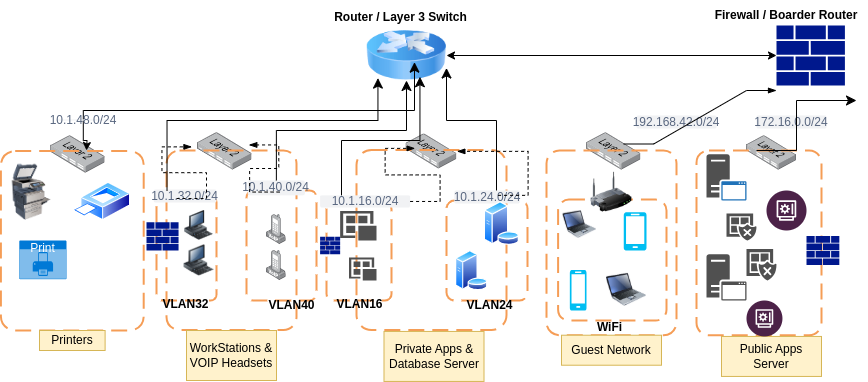
MwarumbaH-5523/Secured_Networks_Topology keeps this draw.io diagram as secured_network_topology.drawio.png. Above is the earlier version. Source tidied: cells renumbered, new cells last; positions are measured from the earlier drawing's top-left corner, leaving out a move shared by most shapes.
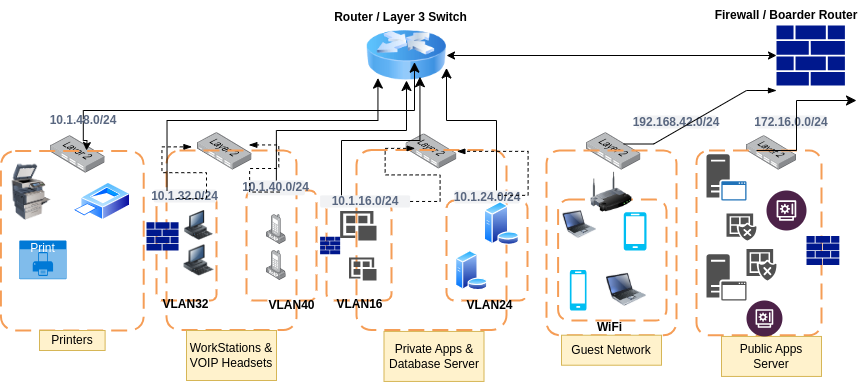
Later version of the same file.

The edit, as a diff of the source:
```diff
@@ -90,22 +90,22 @@
     <mxCell id="29" value="Public Apps Server" style="text;html=1;strokeColor=#d6b656;fillColor=#fff2cc;align=center;verticalAlign=middle;whiteSpace=wrap;overflow=hidden;" parent="1" vertex="1">
       <mxGeometry x="721" y="335.9" width="100" height="40" as="geometry" />
     </mxCell>
-    <mxCell id="30" value="10.1.32.0/24" style="rounded=1;align=center;fillColor=#F1F2F4;strokeColor=none;html=1;whiteSpace=wrap;fontColor=#596780;fontSize=12;" parent="1" vertex="1">
+    <mxCell id="30" value="&lt;b&gt;10.1.32.0/24&lt;/b&gt;" style="rounded=1;align=center;fillColor=#F1F2F4;strokeColor=none;html=1;whiteSpace=wrap;fontColor=#596780;fontSize=12;" parent="1" vertex="1">
       <mxGeometry x="153.2" y="189" width="62.8" height="13" as="geometry" />
     </mxCell>
-    <mxCell id="31" value="10.1.40.0/24" style="rounded=1;align=center;fillColor=#F1F2F4;strokeColor=none;html=1;whiteSpace=wrap;fontColor=#596780;fontSize=12;" parent="1" vertex="1">
+    <mxCell id="31" value="&lt;b&gt;10.1.40.0/24&lt;/b&gt;" style="rounded=1;align=center;fillColor=#F1F2F4;strokeColor=none;html=1;whiteSpace=wrap;fontColor=#596780;fontSize=12;" parent="1" vertex="1">
       <mxGeometry x="247.3" y="180" width="57.2" height="14.8" as="geometry" />
     </mxCell>
-    <mxCell id="32" value="10.1.16.0/24" style="rounded=1;align=center;fillColor=#F1F2F4;strokeColor=none;html=1;whiteSpace=wrap;fontColor=#596780;fontSize=12;" parent="1" vertex="1">
+    <mxCell id="32" value="&lt;b&gt;10.1.16.0/24&lt;/b&gt;" style="rounded=1;align=center;fillColor=#F1F2F4;strokeColor=none;html=1;whiteSpace=wrap;fontColor=#596780;fontSize=12;" parent="1" vertex="1">
       <mxGeometry x="319.6" y="194.8" width="90" height="12.2" as="geometry" />
     </mxCell>
-    <mxCell id="33" value="10.1.24.0/24" style="rounded=1;align=center;fillColor=#F1F2F4;strokeColor=none;html=1;whiteSpace=wrap;fontColor=#596780;fontSize=12;" parent="1" vertex="1">
+    <mxCell id="33" value="&lt;b&gt;10.1.24.0/24&lt;/b&gt;" style="rounded=1;align=center;fillColor=#F1F2F4;strokeColor=none;html=1;whiteSpace=wrap;fontColor=#596780;fontSize=12;" parent="1" vertex="1">
       <mxGeometry x="453.8" y="190" width="65.6" height="13" as="geometry" />
     </mxCell>
-    <mxCell id="34" value="192.168.42.0/24" style="rounded=1;align=center;fillColor=#F1F2F4;strokeColor=none;html=1;whiteSpace=wrap;fontColor=#596780;fontSize=12;" parent="1" vertex="1">
+    <mxCell id="34" value="&lt;b&gt;192.168.42.0/24&lt;/b&gt;" style="rounded=1;align=center;fillColor=#F1F2F4;strokeColor=none;html=1;whiteSpace=wrap;fontColor=#596780;fontSize=12;" parent="1" vertex="1">
       <mxGeometry x="636" y="115" width="80" height="13" as="geometry" />
     </mxCell>
-    <mxCell id="35" value="172.16.0.0/24" style="rounded=1;align=center;fillColor=#F1F2F4;strokeColor=none;html=1;whiteSpace=wrap;fontColor=#596780;fontSize=12;" parent="1" vertex="1">
+    <mxCell id="35" value="&lt;b&gt;172.16.0.0/24&lt;/b&gt;" style="rounded=1;align=center;fillColor=#F1F2F4;strokeColor=none;html=1;whiteSpace=wrap;fontColor=#596780;fontSize=12;" parent="1" vertex="1">
       <mxGeometry x="756" y="115" width="70" height="13" as="geometry" />
     </mxCell>
     <mxCell id="36" value="WiFi" style="text;align=center;fontStyle=1;verticalAlign=middle;spacingLeft=3;spacingRight=3;strokeColor=none;html=1;" parent="1" vertex="1">
@@ -191,7 +191,7 @@
         <mxPoint x="86" y="150" as="targetPoint" />
       </mxGeometry>
     </mxCell>
-    <mxCell id="63" value="10.1.48.0/24" style="rounded=1;align=center;fillColor=#F1F2F4;strokeColor=none;html=1;whiteSpace=wrap;fontColor=#596780;fontSize=12;" parent="1" vertex="1">
+    <mxCell id="63" value="&lt;b&gt;10.1.48.0/24&lt;/b&gt;" style="rounded=1;align=center;fillColor=#F1F2F4;strokeColor=none;html=1;whiteSpace=wrap;fontColor=#596780;fontSize=12;" parent="1" vertex="1">
       <mxGeometry x="56" y="119" width="53.6" height="1" as="geometry" />
     </mxCell>
     <mxCell id="64" style="edgeStyle=entityRelationEdgeStyle;fontSize=12;html=1;endArrow=blockThin;endFill=1;startArrow=none;rounded=0;startFill=0;dashed=1;entryX=0.048;entryY=0.19;entryDx=0;entryDy=0;entryPerimeter=0;exitX=0.363;exitY=0.692;exitDx=0;exitDy=0;exitPerimeter=0;" parent="1" edge="1" source="30">
```
